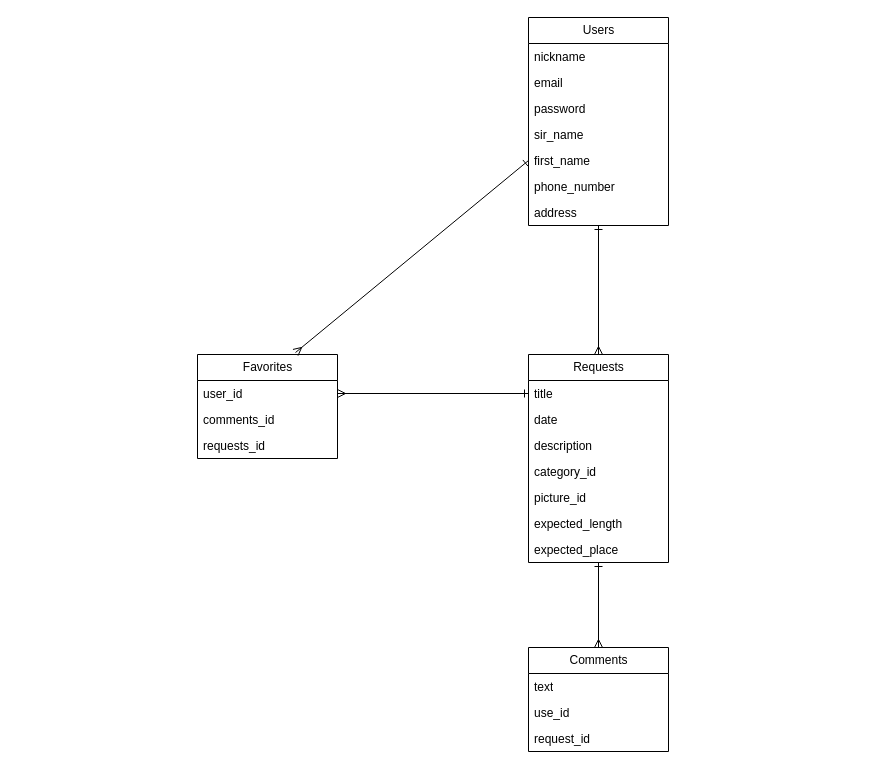
The draw.io diagram table.dio in natsumi1651/hospil, before the edit. Source tidied: cells renumbered, new cells numbered last; positions are measured from the earlier drawing's top-left corner, leaving out a move shared by most shapes. Both pictures are drawn from the tidied source at 100%, with x=0, y=0 at pixel (197, 17).
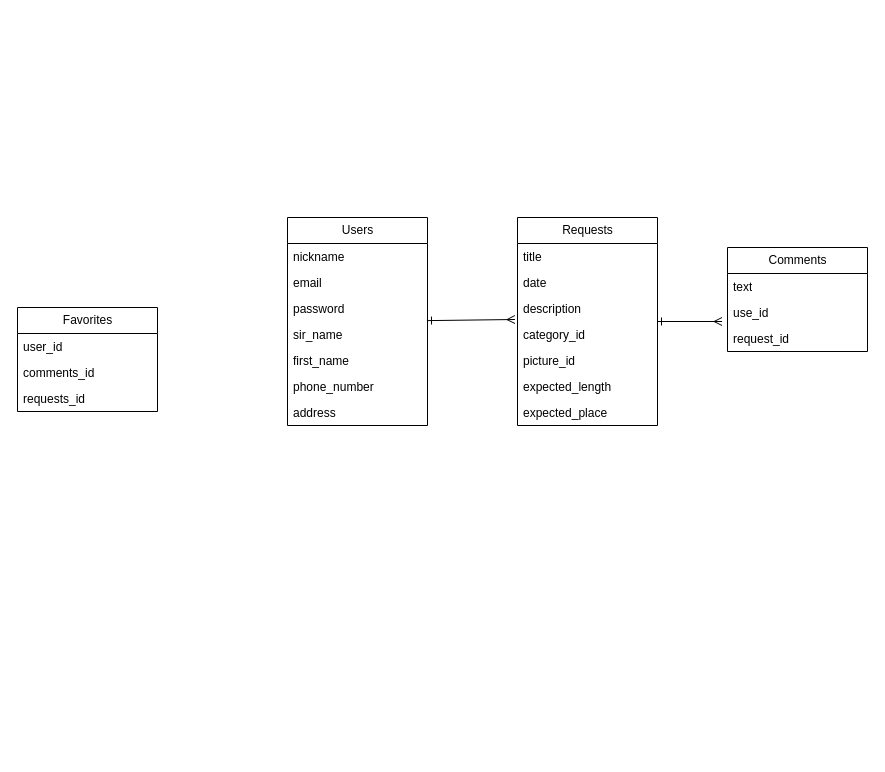
The same page after the edit.

The change refers to these unchanged cells:
```xml
<mxCell id="4" value="title" style="text;strokeColor=none;fillColor=none;align=left;verticalAlign=top;spacingLeft=4;spacingRight=4;overflow=hidden;points=[[0,0.5],[1,0.5]];portConstraint=eastwest;whiteSpace=wrap;html=1;" parent="3" vertex="1">
  <mxGeometry y="26" width="140" height="26" as="geometry" />
</mxCell>
<mxCell id="6" value="description" style="text;strokeColor=none;fillColor=none;align=left;verticalAlign=top;spacingLeft=4;spacingRight=4;overflow=hidden;points=[[0,0.5],[1,0.5]];portConstraint=eastwest;whiteSpace=wrap;html=1;" parent="3" vertex="1">
  <mxGeometry y="78" width="140" height="26" as="geometry" />
</mxCell>
<mxCell id="17" value="first_name" style="text;strokeColor=none;fillColor=none;align=left;verticalAlign=top;spacingLeft=4;spacingRight=4;overflow=hidden;points=[[0,0.5],[1,0.5]];portConstraint=eastwest;whiteSpace=wrap;html=1;" parent="12" vertex="1">
  <mxGeometry y="130" width="140" height="26" as="geometry" />
</mxCell>
<mxCell id="22" value="use_id" style="text;strokeColor=none;fillColor=none;align=left;verticalAlign=top;spacingLeft=4;spacingRight=4;overflow=hidden;points=[[0,0.5],[1,0.5]];portConstraint=eastwest;whiteSpace=wrap;html=1;" parent="20" vertex="1">
  <mxGeometry y="52" width="140" height="26" as="geometry" />
</mxCell>
```

Change to the diagram source:
```diff
@@
-    <mxCell id="2" style="edgeStyle=none;html=1;entryX=0.5;entryY=0;entryDx=0;entryDy=0;startArrow=ERone;startFill=0;endArrow=ERmany;endFill=0;" parent="1" edge="1" source="3" target="20">
+    <mxCell id="2" style="edgeStyle=none;html=1;entryX=-0.039;entryY=0.846;entryDx=0;entryDy=0;startArrow=ERone;startFill=0;endArrow=ERmany;endFill=0;entryPerimeter=0;" parent="1" edge="1" source="3" target="22">
       <mxGeometry relative="1" as="geometry" />
     </mxCell>
+    <mxCell id="30" style="edgeStyle=none;html=1;exitX=0.5;exitY=0;exitDx=0;exitDy=0;" parent="1" edge="1" source="3">
+      <mxGeometry relative="1" as="geometry">
+        <mxPoint x="390" y="200" as="targetPoint" />
+      </mxGeometry>
+    </mxCell>
     <mxCell id="3" value="Requests" style="swimlane;fontStyle=0;horizontal=1;startSize=26;fillColor=none;html=1;" parent="1" vertex="1">
-      <mxGeometry x="331" y="337" width="140" height="208" as="geometry" />
+      <mxGeometry x="320" y="200" width="140" height="208" as="geometry" />
     </mxCell>
@@
-    <mxCell id="11" style="edgeStyle=none;html=1;entryX=0.5;entryY=0;entryDx=0;entryDy=0;startArrow=ERone;startFill=0;endArrow=ERmany;endFill=0;" parent="1" edge="1" source="12" target="3">
+    <mxCell id="11" style="edgeStyle=none;html=1;entryX=-0.018;entryY=0.923;entryDx=0;entryDy=0;startArrow=ERone;startFill=0;endArrow=ERmany;endFill=0;entryPerimeter=0;" parent="1" edge="1" source="12" target="6">
       <mxGeometry relative="1" as="geometry" />
     </mxCell>
     <mxCell id="12" value="Users" style="swimlane;fontStyle=0;horizontal=1;startSize=26;fillColor=none;html=1;" parent="1" vertex="1">
-      <mxGeometry x="331" width="140" height="208" as="geometry" />
+      <mxGeometry x="90" y="200" width="140" height="208" as="geometry" />
     </mxCell>
@@
     <mxCell id="20" value="Comments" style="swimlane;fontStyle=0;horizontal=1;startSize=26;fillColor=none;html=1;" parent="1" vertex="1">
-      <mxGeometry x="331" y="630" width="140" height="104" as="geometry" />
+      <mxGeometry x="530" y="230" width="140" height="104" as="geometry" />
     </mxCell>
@@
     <mxCell id="24" value="Favorites" style="swimlane;fontStyle=0;horizontal=1;startSize=26;fillColor=none;html=1;" parent="1" vertex="1">
-      <mxGeometry y="337" width="140" height="104" as="geometry" />
+      <mxGeometry x="-180" y="290" width="140" height="104" as="geometry" />
     </mxCell>
@@
-    <mxCell id="28" style="edgeStyle=none;html=1;exitX=0;exitY=0.5;exitDx=0;exitDy=0;startArrow=ERone;startFill=0;endArrow=ERmany;endFill=0;" parent="1" edge="1" source="4">
-      <mxGeometry relative="1" as="geometry">
-        <mxPoint x="140" y="376" as="targetPoint" />
-      </mxGeometry>
-    </mxCell>
-    <mxCell id="29" style="edgeStyle=none;html=1;exitX=0;exitY=0.5;exitDx=0;exitDy=0;entryX=0.7;entryY=-0.019;entryDx=0;entryDy=0;entryPerimeter=0;startArrow=ERone;startFill=0;endArrow=ERmany;endFill=0;" parent="1" edge="1" source="17" target="24">
-      <mxGeometry relative="1" as="geometry" />
-    </mxCell>
```
